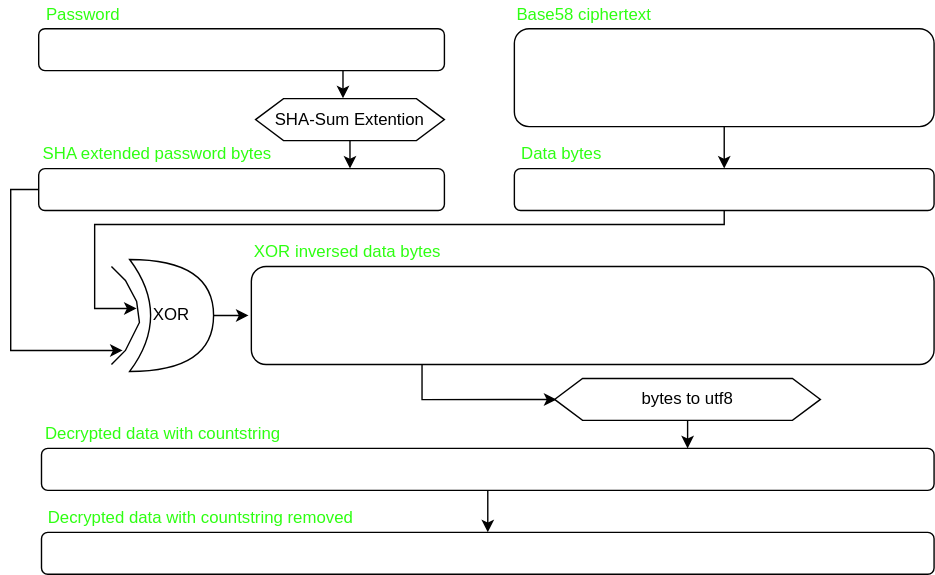
The draw.io diagram aes256cbc/obf_1_decrypt_flowchart.drawio.svg in lenron/trustnet, before a commit. Source tidied: cells renumbered, new cells last; positions are measured from the earlier drawing's top-left corner, leaving out a move shared by most shapes.
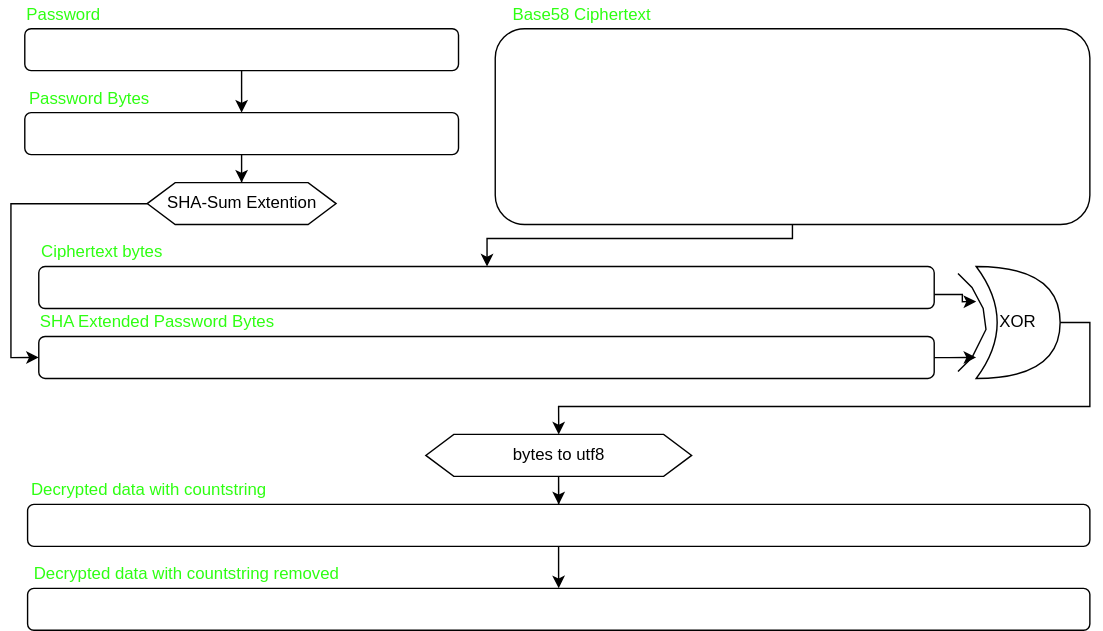
After the commit.

Commit message:
Redesigned flowchart for obf1 enc + dec. Added input boxes to OpenSSL Decrypt.

Diff of the diagram source:
```diff
@@ -2,112 +2,119 @@
   <root>
     <mxCell id="0" />
     <mxCell id="1" parent="0" />
-    <mxCell id="2" style="rounded=1;whiteSpace=wrap;html=1;" parent="1" vertex="1">
-      <mxGeometry x="20" y="20" width="290" height="30" as="geometry" />
-    </mxCell>
+    <mxCell id="29" style="edgeStyle=orthogonalEdgeStyle;rounded=0;jettySize=auto;html=1;entryX=0.5;entryY=0;entryDx=0;entryDy=0;" parent="1" edge="1" source="30" target="43">
+      <mxGeometry relative="1" as="geometry" />
+    </mxCell>
+    <mxCell id="30" style="rounded=1;whiteSpace=wrap;html=1;" parent="1" vertex="1">
+      <mxGeometry x="-2270" width="310" height="30" as="geometry" />
+    </mxCell>
     <mxCell id="3" value="&lt;font style=&quot;color: light-dark(rgb(46, 255, 18), rgb(46, 255, 18));&quot;&gt;Password&lt;/font&gt;" style="text;html=1;align=center;verticalAlign=middle;whiteSpace=wrap;rounded=0;" parent="1" vertex="1">
-      <mxGeometry x="22" width="60" height="20" as="geometry" />
+      <mxGeometry x="-2272" y="-20" width="60" height="20" as="geometry" />
     </mxCell>
-    <mxCell id="4" value="&lt;font style=&quot;color: light-dark(rgb(46, 255, 18), rgb(46, 255, 18));&quot;&gt;SHA extended password bytes&lt;/font&gt;" style="text;html=1;align=center;verticalAlign=middle;whiteSpace=wrap;rounded=0;" parent="1" vertex="1">
-      <mxGeometry x="20" y="100" width="170" height="20" as="geometry" />
-    </mxCell>
-    <mxCell id="5" style="edgeStyle=orthogonalEdgeStyle;rounded=0;jettySize=auto;html=1;" parent="1" edge="1" source="6">
-      <mxGeometry relative="1" as="geometry">
-        <mxPoint x="80" y="250" as="targetPoint" />
-        <Array as="points">
-          <mxPoint y="135" />
-        </Array>
-      </mxGeometry>
-    </mxCell>
-    <mxCell id="6" style="rounded=1;whiteSpace=wrap;html=1;" parent="1" vertex="1">
-      <mxGeometry x="20" y="120" width="290" height="30" as="geometry" />
-    </mxCell>
-    <mxCell id="7" style="edgeStyle=orthogonalEdgeStyle;rounded=0;jettySize=auto;html=1;" parent="1" edge="1" source="8">
-      <mxGeometry relative="1" as="geometry">
-        <mxPoint x="170" y="225" as="targetPoint" />
-      </mxGeometry>
-    </mxCell>
+    <mxCell id="31" value="&lt;font style=&quot;color: light-dark(rgb(46, 255, 18), rgb(46, 255, 18));&quot;&gt;SHA Extended Password Bytes&lt;/font&gt;" style="text;html=1;align=center;verticalAlign=middle;whiteSpace=wrap;rounded=0;" parent="1" vertex="1">
+      <mxGeometry x="-2260" y="200" width="170" height="20" as="geometry" />
+    </mxCell>
+    <mxCell id="32" style="edgeStyle=orthogonalEdgeStyle;rounded=0;jettySize=auto;html=1;entryX=0.5;entryY=0;entryDx=0;entryDy=0;" parent="1" edge="1" source="8" target="21">
+      <mxGeometry relative="1" as="geometry">
+        <Array as="points">
+          <mxPoint x="-1508.7" y="210" />
+          <mxPoint x="-1508.7" y="270" />
+          <mxPoint x="-1888.7" y="270" />
+        </Array>
+      </mxGeometry>
+    </mxCell>
     <mxCell id="8" value="XOR" style="shape=xor;whiteSpace=wrap;html=1;" parent="1" vertex="1">
-      <mxGeometry x="85" y="185" width="60" height="80" as="geometry" />
+      <mxGeometry x="-1590" y="170" width="60" height="80" as="geometry" />
     </mxCell>
-    <mxCell id="9" style="endArrow=none;html=1;rounded=0;" parent="1" edge="1">
-      <mxGeometry relative="1" as="geometry">
-        <mxPoint x="72" y="260" as="sourcePoint" />
-        <mxPoint x="72" y="190" as="targetPoint" />
-        <Array as="points">
-          <mxPoint x="82" y="250" />
-          <mxPoint x="92" y="230" />
-          <mxPoint x="90" y="215" />
-          <mxPoint x="82" y="200" />
-        </Array>
-      </mxGeometry>
-    </mxCell>
+    <mxCell id="33" style="endArrow=none;html=1;rounded=0;" parent="1" edge="1">
+      <mxGeometry relative="1" as="geometry">
+        <mxPoint x="-1603" y="245" as="sourcePoint" />
+        <mxPoint x="-1603" y="175" as="targetPoint" />
+        <Array as="points">
+          <mxPoint x="-1593" y="235" />
+          <mxPoint x="-1583" y="215" />
+          <mxPoint x="-1585" y="200" />
+          <mxPoint x="-1593" y="185" />
+        </Array>
+      </mxGeometry>
+    </mxCell>
+    <mxCell id="34" style="edgeStyle=orthogonalEdgeStyle;rounded=0;jettySize=auto;html=1;" parent="1" edge="1" source="35" target="41">
+      <mxGeometry relative="1" as="geometry">
+        <Array as="points">
+          <mxPoint x="-1721.7" y="150" />
+          <mxPoint x="-1939.7" y="150" />
+        </Array>
+      </mxGeometry>
+    </mxCell>
+    <mxCell id="35" style="rounded=1;whiteSpace=wrap;html=1;" parent="1" vertex="1">
+      <mxGeometry x="-1933.7" width="425" height="140" as="geometry" />
+    </mxCell>
+    <mxCell id="36" value="&lt;font style=&quot;color: light-dark(rgb(46, 255, 18), rgb(46, 255, 18));&quot;&gt;Base58 Ciphertext&lt;/font&gt;" style="text;html=1;align=center;verticalAlign=middle;whiteSpace=wrap;rounded=0;" parent="1" vertex="1">
+      <mxGeometry x="-1922.5" y="-20" width="101.2" height="20" as="geometry" />
+    </mxCell>
+    <mxCell id="37" value="&lt;font style=&quot;color: light-dark(rgb(46, 255, 18), rgb(46, 255, 18));&quot;&gt;Ciphertext bytes&lt;/font&gt;" style="text;html=1;align=center;verticalAlign=middle;whiteSpace=wrap;rounded=0;" parent="1" vertex="1">
+      <mxGeometry x="-2260" y="150" width="91.2" height="20" as="geometry" />
+    </mxCell>
+    <mxCell id="38" style="edgeStyle=orthogonalEdgeStyle;rounded=0;jettySize=auto;html=1;" parent="1" edge="1" source="39">
+      <mxGeometry relative="1" as="geometry">
+        <mxPoint x="-1590" y="235" as="targetPoint" />
+      </mxGeometry>
+    </mxCell>
+    <mxCell id="39" style="rounded=1;whiteSpace=wrap;html=1;" parent="1" vertex="1">
+      <mxGeometry x="-2260" y="220" width="640" height="30" as="geometry" />
+    </mxCell>
+    <mxCell id="40" style="edgeStyle=orthogonalEdgeStyle;rounded=0;jettySize=auto;html=1;" parent="1" edge="1" source="41">
+      <mxGeometry relative="1" as="geometry">
+        <mxPoint x="-1590" y="195" as="targetPoint" />
+        <Array as="points">
+          <mxPoint x="-1600" y="190" />
+          <mxPoint x="-1600" y="195" />
+        </Array>
+      </mxGeometry>
+    </mxCell>
+    <mxCell id="41" style="rounded=1;whiteSpace=wrap;html=1;" parent="1" vertex="1">
+      <mxGeometry x="-2260" y="170" width="640" height="30" as="geometry" />
+    </mxCell>
+    <mxCell id="42" style="edgeStyle=orthogonalEdgeStyle;rounded=0;jettySize=auto;html=1;" parent="1" edge="1" source="43" target="10">
+      <mxGeometry relative="1" as="geometry" />
+    </mxCell>
+    <mxCell id="43" style="rounded=1;whiteSpace=wrap;html=1;" parent="1" vertex="1">
+      <mxGeometry x="-2270" y="60" width="310" height="30" as="geometry" />
+    </mxCell>
+    <mxCell id="44" value="&lt;font style=&quot;color: light-dark(rgb(46, 255, 18), rgb(46, 255, 18));&quot;&gt;Password Bytes&lt;/font&gt;" style="text;html=1;align=center;verticalAlign=middle;whiteSpace=wrap;rounded=0;" parent="1" vertex="1">
+      <mxGeometry x="-2272" y="40" width="97" height="20" as="geometry" />
+    </mxCell>
+    <mxCell id="45" style="edgeStyle=orthogonalEdgeStyle;rounded=0;jettySize=auto;html=1;entryX=0;entryY=0.5;entryDx=0;entryDy=0;" parent="1" edge="1" source="10" target="39">
+      <mxGeometry relative="1" as="geometry">
+        <Array as="points">
+          <mxPoint x="-2280" y="125" />
+          <mxPoint x="-2280" y="235" />
+        </Array>
+      </mxGeometry>
+    </mxCell>
     <mxCell id="10" value="SHA-Sum Extention" style="shape=hexagon;perimeter=hexagonPerimeter2;whiteSpace=wrap;html=1;fixedSize=1;" parent="1" vertex="1">
-      <mxGeometry x="175" y="70" width="135" height="30" as="geometry" />
+      <mxGeometry x="-2182.5" y="110" width="135" height="30" as="geometry" />
     </mxCell>
-    <mxCell id="11" style="edgeStyle=orthogonalEdgeStyle;rounded=0;jettySize=auto;html=1;entryX=0.768;entryY=0.009;entryDx=0;entryDy=0;entryPerimeter=0;" parent="1" edge="1" source="10" target="6">
-      <mxGeometry relative="1" as="geometry" />
-    </mxCell>
-    <mxCell id="12" style="rounded=1;whiteSpace=wrap;html=1;" parent="1" vertex="1">
-      <mxGeometry x="360" y="20" width="300" height="70" as="geometry" />
-    </mxCell>
-    <mxCell id="13" value="&lt;font style=&quot;color: light-dark(rgb(46, 255, 18), rgb(46, 255, 18));&quot;&gt;Base58 ciphertext&lt;/font&gt;" style="text;html=1;align=center;verticalAlign=middle;whiteSpace=wrap;rounded=0;" parent="1" vertex="1">
-      <mxGeometry x="360" width="100" height="20" as="geometry" />
-    </mxCell>
-    <mxCell id="14" style="edgeStyle=orthogonalEdgeStyle;rounded=0;jettySize=auto;html=1;" parent="1" edge="1" source="15">
-      <mxGeometry relative="1" as="geometry">
-        <mxPoint x="90" y="220" as="targetPoint" />
-        <Array as="points">
-          <mxPoint x="510" y="160" />
-          <mxPoint x="60" y="160" />
-        </Array>
-      </mxGeometry>
-    </mxCell>
-    <mxCell id="15" style="rounded=1;whiteSpace=wrap;html=1;" parent="1" vertex="1">
-      <mxGeometry x="360" y="120" width="300" height="30" as="geometry" />
-    </mxCell>
-    <mxCell id="16" value="&lt;font style=&quot;color: light-dark(rgb(46, 255, 18), rgb(46, 255, 18));&quot;&gt;Data bytes&lt;/font&gt;" style="text;html=1;align=center;verticalAlign=middle;whiteSpace=wrap;rounded=0;" parent="1" vertex="1">
-      <mxGeometry x="360" y="100" width="67.5" height="20" as="geometry" />
-    </mxCell>
-    <mxCell id="17" style="edgeStyle=orthogonalEdgeStyle;rounded=0;jettySize=auto;html=1;exitX=0.75;exitY=1;exitDx=0;exitDy=0;entryX=0.463;entryY=-0.007;entryDx=0;entryDy=0;entryPerimeter=0;" parent="1" edge="1" source="2" target="10">
-      <mxGeometry relative="1" as="geometry" />
-    </mxCell>
-    <mxCell id="18" style="edgeStyle=orthogonalEdgeStyle;rounded=0;jettySize=auto;html=1;exitX=0.25;exitY=1;exitDx=0;exitDy=0;entryX=0.007;entryY=0.502;entryDx=0;entryDy=0;entryPerimeter=0;" parent="1" edge="1" source="19" target="21">
-      <mxGeometry relative="1" as="geometry">
-        <Array as="points">
-          <mxPoint x="294" y="285" />
-        </Array>
-      </mxGeometry>
-    </mxCell>
-    <mxCell id="19" style="rounded=1;whiteSpace=wrap;html=1;" parent="1" vertex="1">
-      <mxGeometry x="172" y="190" width="488" height="70" as="geometry" />
-    </mxCell>
-    <mxCell id="20" value="&lt;font style=&quot;color: light-dark(rgb(46, 255, 18), rgb(46, 255, 18));&quot;&gt;XOR inversed data bytes&lt;/font&gt;" style="text;html=1;align=center;verticalAlign=middle;whiteSpace=wrap;rounded=0;" parent="1" vertex="1">
-      <mxGeometry x="172" y="170" width="138" height="20" as="geometry" />
-    </mxCell>
+    <mxCell id="46" style="edgeStyle=orthogonalEdgeStyle;rounded=0;jettySize=auto;html=1;entryX=0.5;entryY=0;entryDx=0;entryDy=0;" parent="1" edge="1" source="21" target="48">
+      <mxGeometry relative="1" as="geometry" />
+    </mxCell>
     <mxCell id="21" value="bytes to utf8" style="shape=hexagon;perimeter=hexagonPerimeter2;whiteSpace=wrap;html=1;fixedSize=1;" parent="1" vertex="1">
-      <mxGeometry x="388.8" y="270" width="190" height="30" as="geometry" />
+      <mxGeometry x="-1983.3" y="290" width="190" height="30" as="geometry" />
     </mxCell>
-    <mxCell id="22" style="edgeStyle=orthogonalEdgeStyle;rounded=0;jettySize=auto;html=1;entryX=0.5;entryY=0;entryDx=0;entryDy=0;" parent="1" edge="1" source="23" target="27">
-      <mxGeometry relative="1" as="geometry" />
-    </mxCell>
-    <mxCell id="23" style="rounded=1;whiteSpace=wrap;html=1;" parent="1" vertex="1">
-      <mxGeometry x="22" y="320" width="638" height="30" as="geometry" />
-    </mxCell>
-    <mxCell id="24" style="edgeStyle=orthogonalEdgeStyle;rounded=0;jettySize=auto;html=1;entryX=0.724;entryY=0;entryDx=0;entryDy=0;entryPerimeter=0;" parent="1" edge="1" source="21" target="23">
-      <mxGeometry relative="1" as="geometry" />
-    </mxCell>
+    <mxCell id="47" style="edgeStyle=orthogonalEdgeStyle;rounded=0;jettySize=auto;html=1;entryX=0.5;entryY=0;entryDx=0;entryDy=0;" parent="1" edge="1" source="48" target="49">
+      <mxGeometry relative="1" as="geometry" />
+    </mxCell>
+    <mxCell id="48" style="rounded=1;whiteSpace=wrap;html=1;" parent="1" vertex="1">
+      <mxGeometry x="-2268" y="340" width="759.2" height="30" as="geometry" />
+    </mxCell>
     <mxCell id="25" value="&lt;font style=&quot;color: light-dark(rgb(46, 255, 18), rgb(46, 255, 18));&quot;&gt;Decrypted data with countstring&lt;/font&gt;" style="text;html=1;align=center;verticalAlign=middle;whiteSpace=wrap;rounded=0;" parent="1" vertex="1">
-      <mxGeometry x="20" y="300" width="177.5" height="20" as="geometry" />
+      <mxGeometry x="-2270" y="320" width="177.5" height="20" as="geometry" />
     </mxCell>
-    <mxCell id="26" style="edgeStyle=orthogonalEdgeStyle;rounded=0;jettySize=auto;html=1;entryX=0.5;entryY=0;entryDx=0;entryDy=0;" parent="1" edge="1" source="12" target="15">
-      <mxGeometry relative="1" as="geometry" />
-    </mxCell>
-    <mxCell id="27" style="rounded=1;whiteSpace=wrap;html=1;" parent="1" vertex="1">
-      <mxGeometry x="22" y="380" width="638" height="30" as="geometry" />
-    </mxCell>
+    <mxCell id="49" style="rounded=1;whiteSpace=wrap;html=1;" parent="1" vertex="1">
+      <mxGeometry x="-2268" y="400" width="759.2" height="30" as="geometry" />
+    </mxCell>
     <mxCell id="28" value="&lt;font style=&quot;color: light-dark(rgb(46, 255, 18), rgb(46, 255, 18));&quot;&gt;Decrypted data with countstring removed&lt;/font&gt;" style="text;html=1;align=center;verticalAlign=middle;whiteSpace=wrap;rounded=0;" parent="1" vertex="1">
-      <mxGeometry x="22" y="360" width="228" height="20" as="geometry" />
+      <mxGeometry x="-2268" y="380" width="228" height="20" as="geometry" />
     </mxCell>
   </root>
 </mxGraphModel>
```
